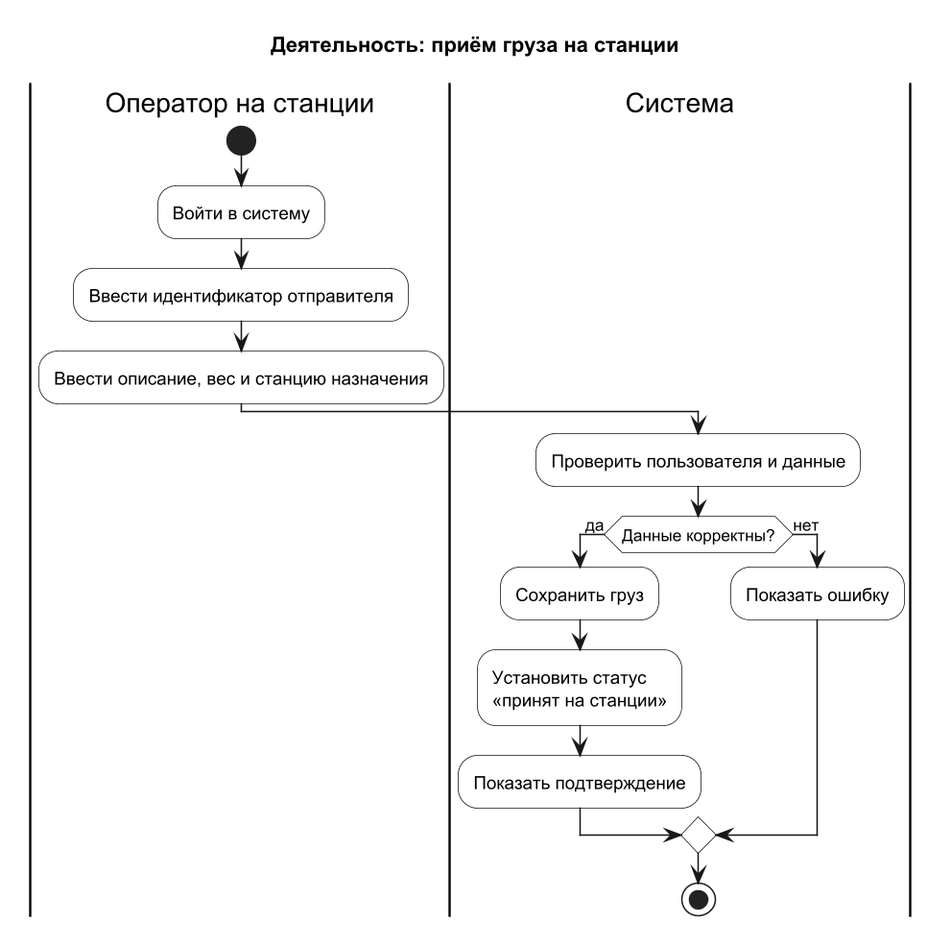
This is uml/activity-diagram/Приём_груза.png from Gu4rDe/railway, a PlantUML export, as it was before one commit. Source of this version:
```plantuml
@startuml
!pragma layout smetana
title Деятельность: приём груза на станции
skinparam shadowing false
skinparam dpi 150
skinparam ActivityBackgroundColor #FFFFFF

|Оператор на станции|
start
:Войти в систему;
:Ввести идентификатор отправителя;
:Ввести описание, вес и станцию назначения;
|Система|
:Проверить пользователя и данные;
if (Данные корректны?) then (да)
  :Сохранить груз;
  :Установить статус\n«принят на станции»;
  :Показать подтверждение;
else (нет)
  :Показать ошибку;
endif
stop
@enduml
```
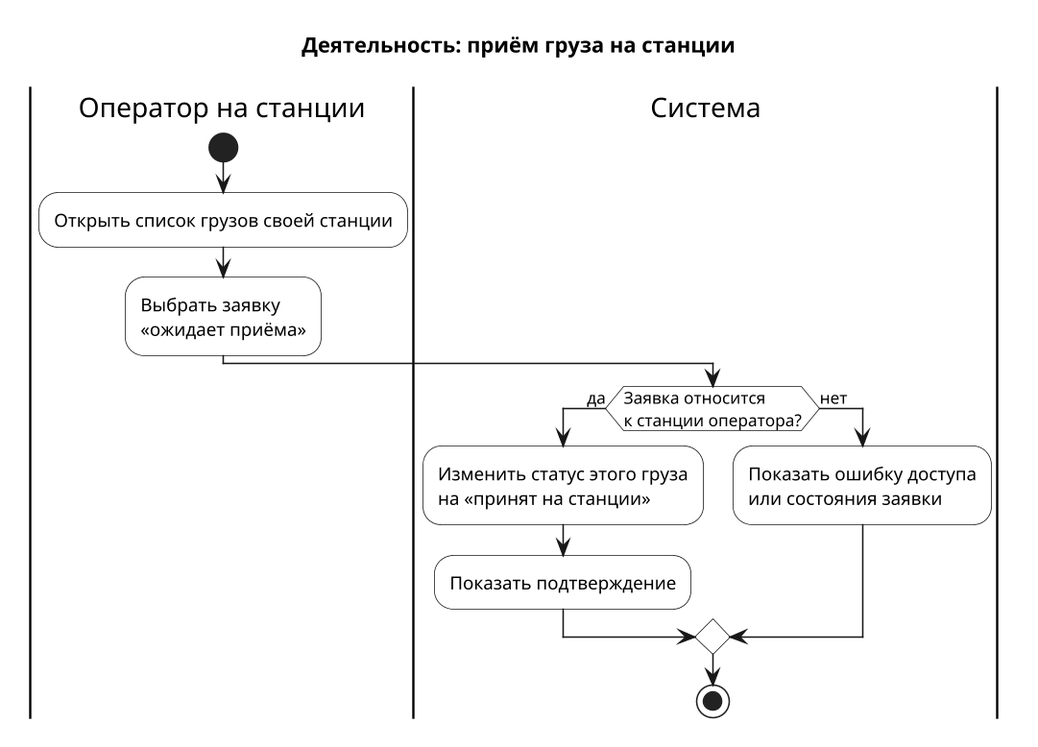
The same file after the commit.

Change to the diagram source:
```diff
@@ -7,17 +7,14 @@
 
 |Оператор на станции|
 start
-:Войти в систему;
-:Ввести идентификатор отправителя;
-:Ввести описание, вес и станцию назначения;
+:Открыть список грузов своей станции;
+:Выбрать заявку\n«ожидает приёма»;
 |Система|
-:Проверить пользователя и данные;
-if (Данные корректны?) then (да)
-  :Сохранить груз;
-  :Установить статус\n«принят на станции»;
+if (Заявка относится\nк станции оператора?) then (да)
+  :Изменить статус этого груза\nна «принят на станции»;
   :Показать подтверждение;
 else (нет)
-  :Показать ошибку;
+  :Показать ошибку доступа\nили состояния заявки;
 endif
 stop
 @enduml
```
